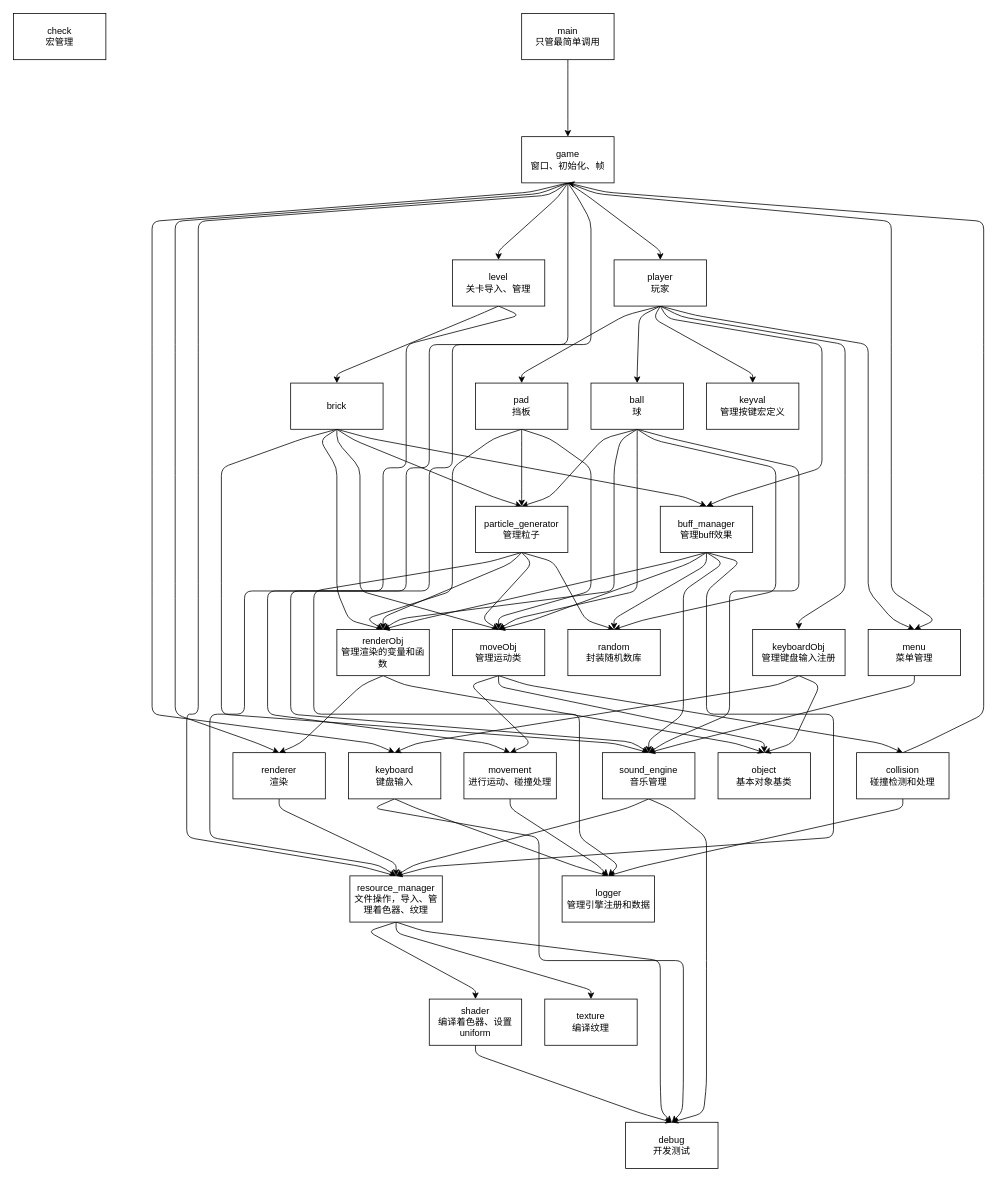
This is architecture.drawio from HFBYM/breakout_redux, a draw.io file, before an edit. Source tidied: cells renumbered, new cells numbered last; positions are measured from the earlier drawing's top-left corner, leaving out a move shared by most shapes. Both pictures are drawn from the tidied source at 77%, with x=0, y=0 at pixel (13, 13).
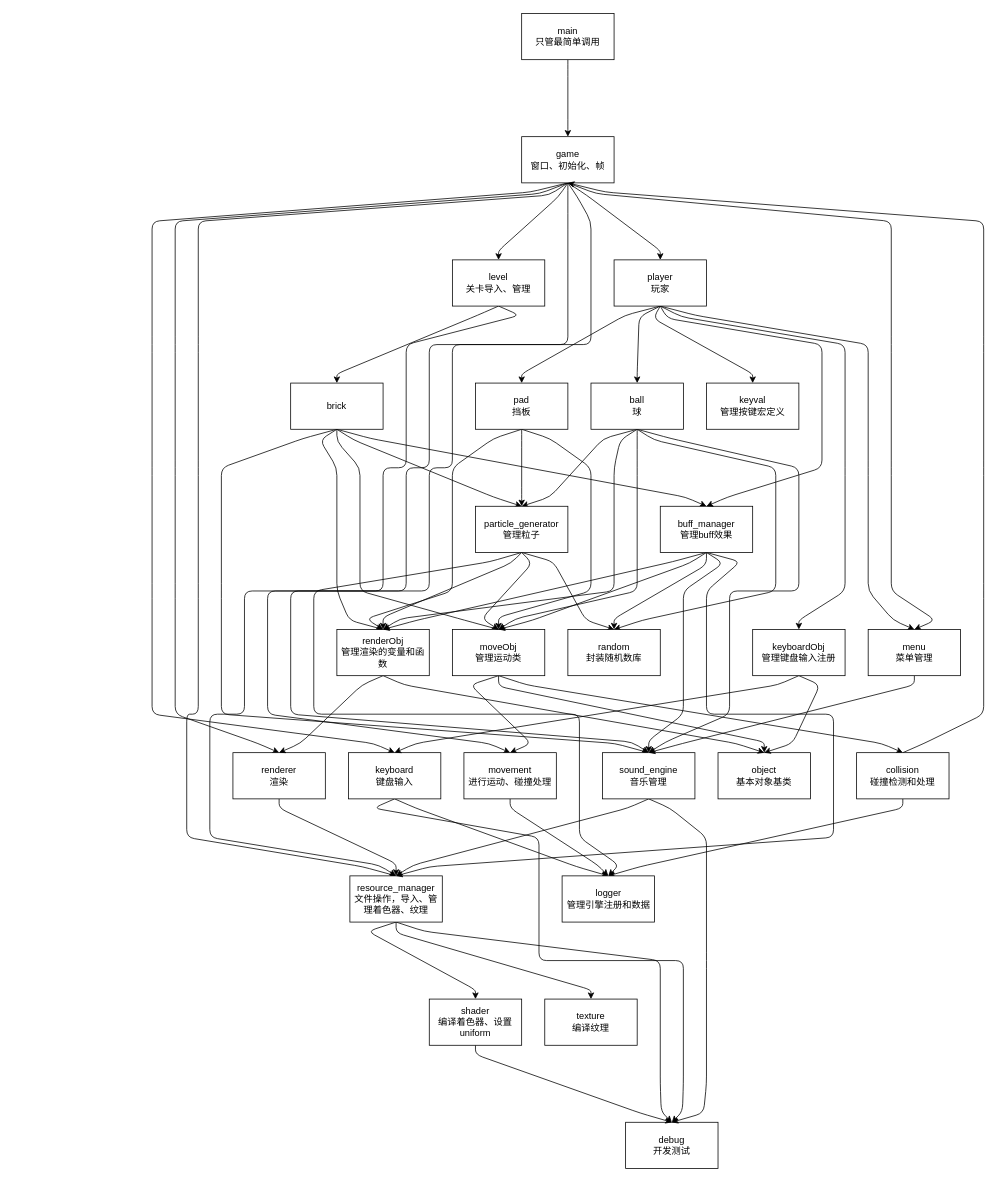
The same page after the edit.

Change to the diagram source:
```diff
@@
-    <mxCell id="35" value="check&lt;br&gt;宏管理" style="rounded=0;whiteSpace=wrap;html=1;" parent="1" vertex="1">
-      <mxGeometry width="120" height="60" as="geometry" />
-    </mxCell>
```
